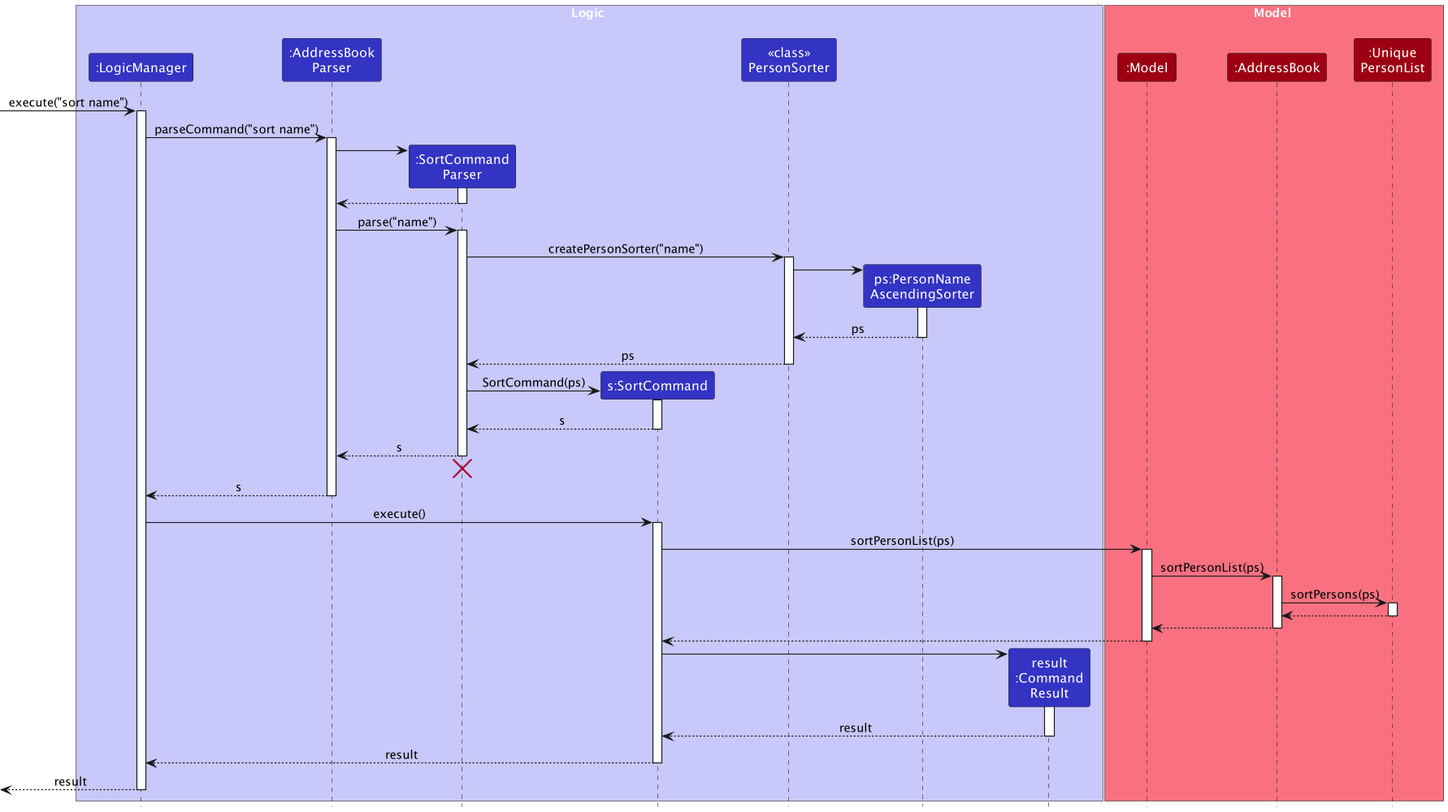
This is docs/images/SortSequenceDiagram.png from tanteckfang/tp, a PlantUML export, as it was before one commit.
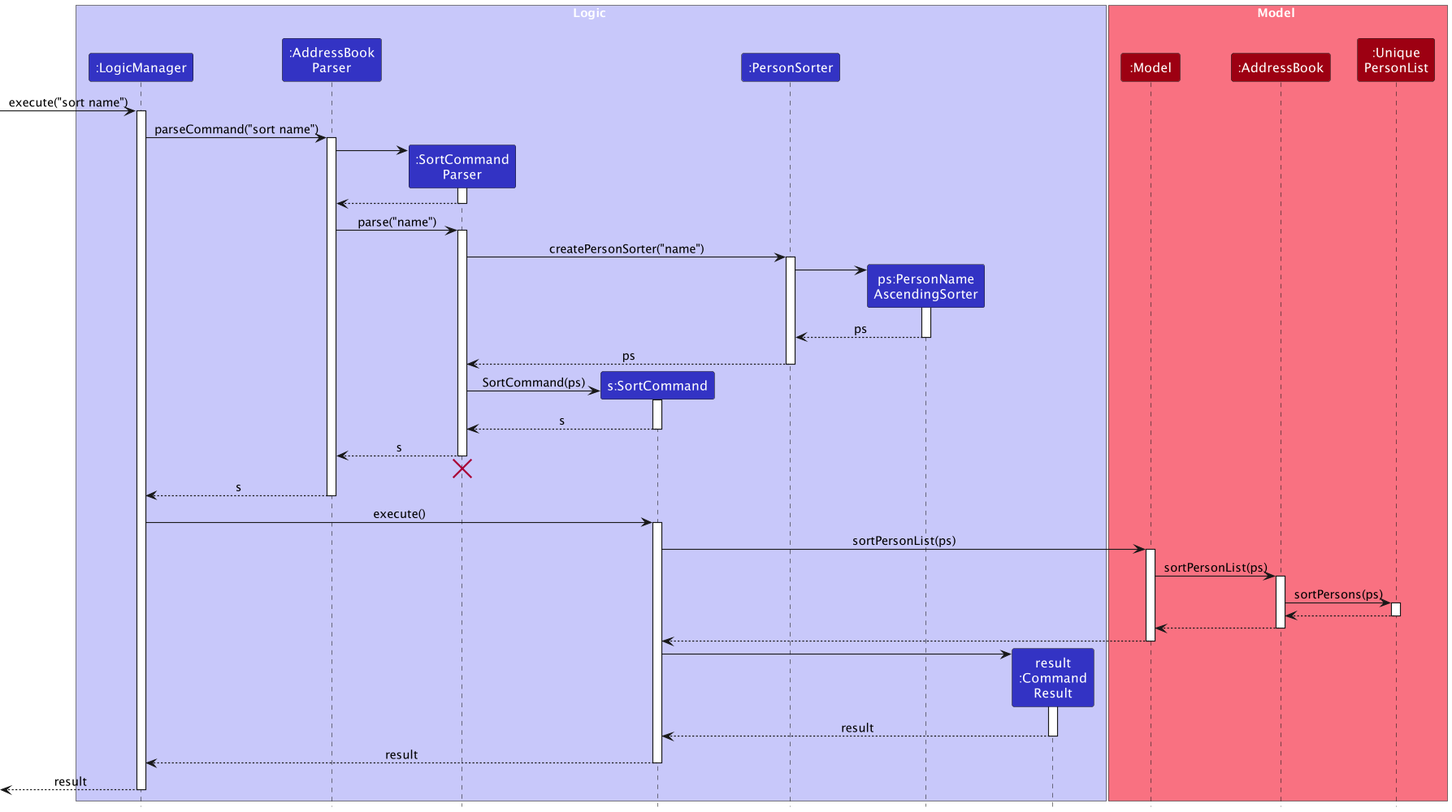
The same diagram one commit later.

The edit, as a diff of the source:
```diff
@@ -9,7 +9,7 @@
 participant ":AddressBook\nParser" as AddressBookParser LOGIC_COLOR
 participant ":SortCommand\nParser" as SortCommandParser LOGIC_COLOR
 participant "s:SortCommand" as SortCommand LOGIC_COLOR
-participant "<<class>>\nPersonSorter" as PersonSorter LOGIC_COLOR
+participant ":PersonSorter" as PersonSorter LOGIC_COLOR
 participant "ps:PersonName\nAscendingSorter" as PersonNameAscendingSorter LOGIC_COLOR
 participant "result\n:Command\nResult" as CommandResult LOGIC_COLOR
 end box
```
